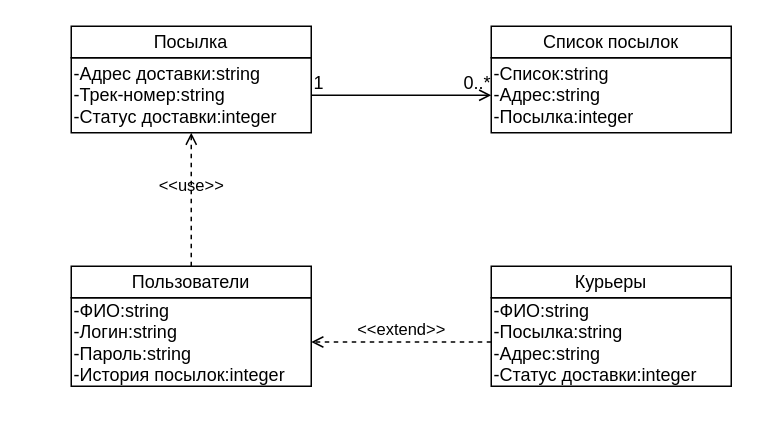
Before: ООП АСОИИУ/Лаб3/бд.drawio in a1i5k/docs, a draw.io diagram. Source tidied: cells renumbered, new cells numbered last; positions are measured from the earlier drawing's top-left corner, leaving out a move shared by most shapes. Both pictures are drawn from the tidied source at 150%, with x=0, y=0 at pixel (70, 26).
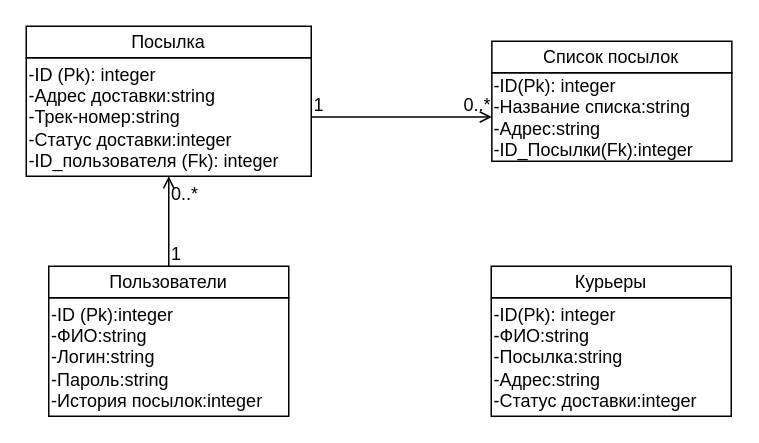
The same page after the edit.

The edit, as a diff of the source:
```diff
@@
 <mxGraphModel>
   <root>
     <mxCell id="0" />
     <mxCell id="1" parent="0" />
     <mxCell id="2" value="Посылка" style="rounded=0;whiteSpace=wrap;html=1;" parent="1" vertex="1">
-      <mxGeometry width="160" height="21" as="geometry" />
+      <mxGeometry x="-30" width="190" height="21" as="geometry" />
     </mxCell>
-    <mxCell id="3" value="-Адрес доставки:string&lt;br&gt;-Трек-номер:string&lt;br&gt;-Статус доставки:integer" style="rounded=0;whiteSpace=wrap;html=1;fillColor=none;align=left;" parent="1" vertex="1">
-      <mxGeometry y="21" width="160" height="50" as="geometry" />
+    <mxCell id="3" value="-ID (Pk): integer&lt;br&gt;-Адрес доставки:string&lt;br&gt;-Трек-номер:string&lt;br&gt;-Статус доставки:integer&lt;br&gt;-ID_пользователя (Fk): integer" style="rounded=0;whiteSpace=wrap;html=1;fillColor=none;align=left;" parent="1" vertex="1">
+      <mxGeometry x="-30" y="21" width="190" height="79" as="geometry" />
     </mxCell>
     <mxCell id="4" value="Курьеры" style="rounded=0;whiteSpace=wrap;html=1;" parent="1" vertex="1">
       <mxGeometry x="280" y="160" width="160" height="21" as="geometry" />
     </mxCell>
-    <mxCell id="5" value="-ФИО:string&lt;br&gt;-Посылка:string&lt;br&gt;-Адрес:string&lt;br&gt;-Статус доставки:integer" style="rounded=0;whiteSpace=wrap;html=1;fillColor=none;align=left;" parent="1" vertex="1">
-      <mxGeometry x="280" y="181" width="160" height="59" as="geometry" />
+    <mxCell id="5" value="-ID(Pk): integer&lt;br&gt;-ФИО:string&lt;br&gt;-Посылка:string&lt;br&gt;-Адрес:string&lt;br&gt;-Статус доставки:integer" style="rounded=0;whiteSpace=wrap;html=1;fillColor=none;align=left;" parent="1" vertex="1">
+      <mxGeometry x="280" y="181" width="160" height="79" as="geometry" />
     </mxCell>
     <mxCell id="6" value="Пользователи" style="rounded=0;whiteSpace=wrap;html=1;" parent="1" vertex="1">
-      <mxGeometry y="160" width="160" height="21" as="geometry" />
+      <mxGeometry x="-15" y="160" width="160" height="21" as="geometry" />
     </mxCell>
-    <mxCell id="7" value="-ФИО:string&lt;br&gt;-Логин:string&lt;br&gt;-Пароль:string&lt;br&gt;-История посылок:integer" style="rounded=0;whiteSpace=wrap;html=1;fillColor=none;align=left;" parent="1" vertex="1">
-      <mxGeometry y="181" width="160" height="59" as="geometry" />
+    <mxCell id="7" value="-ID (Pk):integer&lt;br&gt;-ФИО:string&lt;br&gt;-Логин:string&lt;br&gt;-Пароль:string&lt;br&gt;-История посылок:integer" style="rounded=0;whiteSpace=wrap;html=1;fillColor=none;align=left;" parent="1" vertex="1">
+      <mxGeometry x="-15" y="181" width="160" height="79" as="geometry" />
     </mxCell>
     <mxCell id="8" value="Список посылок" style="rounded=0;whiteSpace=wrap;html=1;" parent="1" vertex="1">
-      <mxGeometry x="280" width="160" height="21" as="geometry" />
+      <mxGeometry x="280.4" y="10" width="160" height="21" as="geometry" />
     </mxCell>
-    <mxCell id="9" value="-Список:string&lt;br&gt;-Адрес:string&lt;br&gt;-Посылка:integer" style="rounded=0;whiteSpace=wrap;html=1;fillColor=none;align=left;" parent="1" vertex="1">
-      <mxGeometry x="280" y="21" width="160" height="50" as="geometry" />
+    <mxCell id="9" value="-ID(Pk): integer&lt;br&gt;-Название списка:string&lt;br&gt;-Адрес:string&lt;br&gt;-ID_Посылки(Fk):integer" style="rounded=0;whiteSpace=wrap;html=1;fillColor=none;align=left;" parent="1" vertex="1">
+      <mxGeometry x="280.4" y="31" width="160" height="59" as="geometry" />
     </mxCell>
-    <mxCell id="10" value="&amp;lt;&amp;lt;use&amp;gt;&amp;gt;" style="html=1;verticalAlign=bottom;labelBackgroundColor=none;endArrow=open;endFill=0;dashed=1;rounded=0;entryX=0.5;entryY=1;entryDx=0;entryDy=0;exitX=0.5;exitY=0;exitDx=0;exitDy=0;" parent="1" edge="1" source="6" target="3">
-      <mxGeometry relative="1" as="geometry" />
-    </mxCell>
     <mxCell id="11" style="endArrow=open;html=1;rounded=0;align=center;verticalAlign=top;endFill=0;labelBackgroundColor=none;exitX=1;exitY=0.5;exitDx=0;exitDy=0;entryX=0;entryY=0.5;entryDx=0;entryDy=0;" parent="1" edge="1" source="3" target="9">
       <mxGeometry relative="1" as="geometry" />
     </mxCell>
     <mxCell id="12" value="1" style="html=1;align=left;verticalAlign=bottom;labelBackgroundColor=none;" parent="11" vertex="1">
       <mxGeometry x="-1" relative="1" as="geometry" />
     </mxCell>
     <mxCell id="13" value="0..*" style="html=1;align=right;verticalAlign=bottom;labelBackgroundColor=none;" parent="11" vertex="1">
       <mxGeometry x="1" relative="1" as="geometry" />
     </mxCell>
-    <mxCell id="14" value="&amp;lt;&amp;lt;extend&amp;gt;&amp;gt;" style="html=1;verticalAlign=bottom;labelBackgroundColor=none;endArrow=open;endFill=0;dashed=1;rounded=0;exitX=0;exitY=0.5;exitDx=0;exitDy=0;entryX=1;entryY=0.5;entryDx=0;entryDy=0;" parent="1" edge="1" source="5" target="7">
-      <mxGeometry relative="1" as="geometry" />
-    </mxCell>
+    <mxCell id="10" style="endArrow=open;html=1;rounded=0;align=center;verticalAlign=top;endFill=0;labelBackgroundColor=none;exitX=0.5;exitY=0;exitDx=0;exitDy=0;entryX=0.5;entryY=1;entryDx=0;entryDy=0;" parent="1" edge="1" source="6" target="3">
+      <mxGeometry relative="1" as="geometry" />
+    </mxCell>
+    <mxCell id="15" value="1" style="html=1;align=left;verticalAlign=bottom;labelBackgroundColor=none;" parent="10" vertex="1">
+      <mxGeometry x="-1" relative="1" as="geometry" />
+    </mxCell>
+    <mxCell id="16" value="0..*" style="html=1;align=right;verticalAlign=bottom;labelBackgroundColor=none;" parent="10" vertex="1">
+      <mxGeometry x="1" relative="1" as="geometry">
+        <mxPoint x="20" y="20" as="offset" />
+      </mxGeometry>
+    </mxCell>
   </root>
 </mxGraphModel>
```
